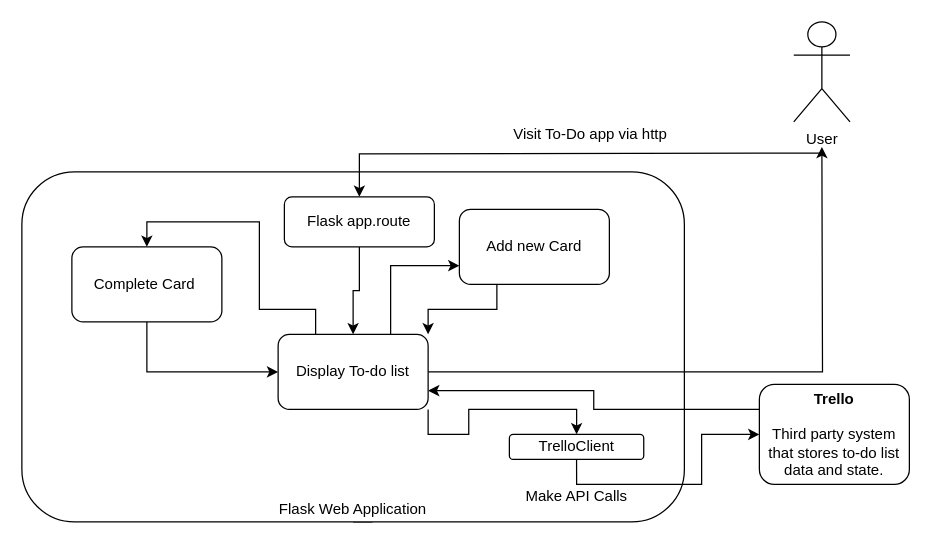
Before: documentation/ComponentDiagram.drawio in ArkSurfer/DevOps-Course-Starter, a draw.io diagram. Source tidied: cells renumbered, new cells numbered last; positions are measured from the earlier drawing's top-left corner, leaving out a move shared by most shapes. Both pictures are drawn from the tidied source at 125%, with x=0, y=0 at pixel (21, 21).
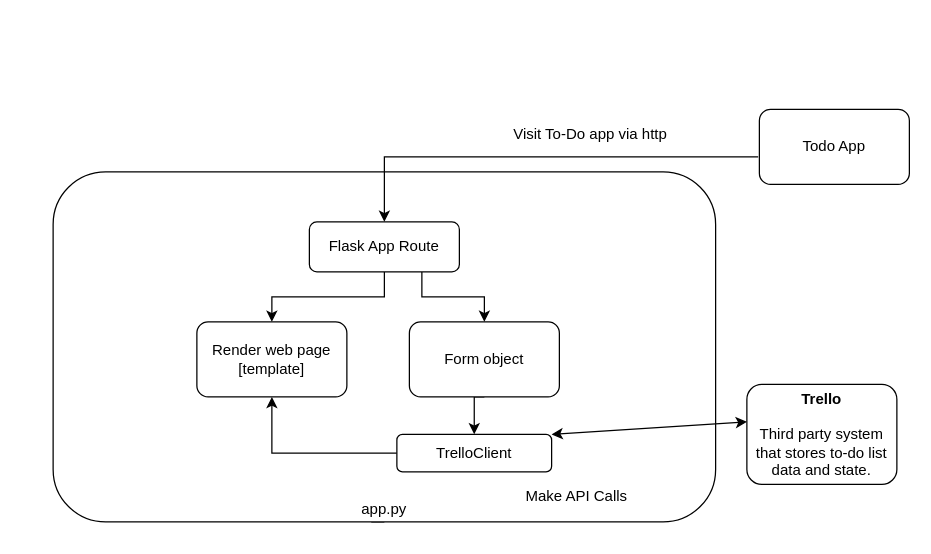
The same page after the edit.

Commit message:
updated content diagram

The edit, as a diff of the source:
```diff
@@
-    <mxCell id="3" value="&lt;br&gt;&lt;br&gt;&lt;br&gt;&lt;br&gt;&lt;br&gt;&lt;br&gt;&lt;br&gt;&lt;br&gt;&lt;br&gt;&lt;br&gt;&lt;br&gt;&lt;br&gt;&lt;br&gt;&lt;br&gt;&lt;br&gt;&lt;br&gt;&lt;br&gt;&lt;br&gt;Flask Web Application" style="rounded=1;whiteSpace=wrap;html=1;" parent="1" vertex="1">
-      <mxGeometry y="120" width="530" height="280" as="geometry" />
+    <mxCell id="3" value="&lt;br&gt;&lt;br&gt;&lt;br&gt;&lt;br&gt;&lt;br&gt;&lt;br&gt;&lt;br&gt;&lt;br&gt;&lt;br&gt;&lt;br&gt;&lt;br&gt;&lt;br&gt;&lt;br&gt;&lt;br&gt;&lt;br&gt;&lt;br&gt;&lt;br&gt;&lt;br&gt;app.py" style="rounded=1;whiteSpace=wrap;html=1;" parent="1" vertex="1">
+      <mxGeometry x="25" y="120" width="530" height="280" as="geometry" />
     </mxCell>
-    <mxCell id="4" style="edgeStyle=orthogonalEdgeStyle;rounded=0;jettySize=auto;html=1;entryX=0.5;entryY=0;entryDx=0;entryDy=0;" parent="1" edge="1" target="9">
-      <mxGeometry relative="1" as="geometry">
-        <mxPoint x="640" y="105" as="sourcePoint" />
-      </mxGeometry>
+    <mxCell id="4" style="edgeStyle=orthogonalEdgeStyle;rounded=0;jettySize=auto;html=1;entryX=0.5;entryY=0;entryDx=0;entryDy=0;exitX=-0.008;exitY=0.633;exitDx=0;exitDy=0;exitPerimeter=0;" parent="1" edge="1" source="29" target="9">
+      <mxGeometry relative="1" as="geometry" />
     </mxCell>
-    <mxCell id="5" value="User&lt;br&gt;" style="shape=umlActor;verticalLabelPosition=bottom;verticalAlign=top;html=1;" parent="1" vertex="1">
-      <mxGeometry x="617.5" width="45" height="80" as="geometry" />
-    </mxCell>
-    <mxCell id="6" style="edgeStyle=orthogonalEdgeStyle;rounded=0;jettySize=auto;html=1;exitX=0;exitY=0.25;exitDx=0;exitDy=0;entryX=1;entryY=0.75;entryDx=0;entryDy=0;" parent="1" edge="1" source="7" target="18">
-      <mxGeometry relative="1" as="geometry" />
-    </mxCell>
     <mxCell id="7" value="&lt;b&gt;Trello&lt;/b&gt;&lt;br&gt;&lt;br&gt;Third party system that stores to-do list data and state." style="rounded=1;whiteSpace=wrap;html=1;" parent="1" vertex="1">
-      <mxGeometry x="590" y="290" width="120" height="80" as="geometry" />
+      <mxGeometry x="580" y="290" width="120" height="80" as="geometry" />
     </mxCell>
@@
+    <mxCell id="24" style="edgeStyle=orthogonalEdgeStyle;rounded=0;jettySize=auto;html=1;exitX=0.75;exitY=1;exitDx=0;exitDy=0;entryX=0.5;entryY=0;entryDx=0;entryDy=0;" parent="1" edge="1" source="9" target="27">
+      <mxGeometry relative="1" as="geometry" />
+    </mxCell>
-    <mxCell id="9" value="Flask app.route" style="rounded=1;whiteSpace=wrap;html=1;" parent="1" vertex="1">
-      <mxGeometry x="210" y="140" width="120" height="40" as="geometry" />
+    <mxCell id="9" value="Flask App Route" style="rounded=1;whiteSpace=wrap;html=1;" parent="1" vertex="1">
+      <mxGeometry x="230" y="160" width="120" height="40" as="geometry" />
     </mxCell>
-    <mxCell id="10" style="edgeStyle=orthogonalEdgeStyle;rounded=0;jettySize=auto;html=1;exitX=0.5;exitY=1;exitDx=0;exitDy=0;entryX=0;entryY=0.5;entryDx=0;entryDy=0;" parent="1" edge="1" source="11" target="7">
-      <mxGeometry relative="1" as="geometry" />
-    </mxCell>
+    <mxCell id="25" style="edgeStyle=orthogonalEdgeStyle;rounded=0;jettySize=auto;html=1;exitX=0;exitY=0.5;exitDx=0;exitDy=0;entryX=0.5;entryY=1;entryDx=0;entryDy=0;" parent="1" edge="1" source="11" target="18">
+      <mxGeometry relative="1" as="geometry" />
+    </mxCell>
     <mxCell id="11" value="TrelloClient" style="rounded=1;whiteSpace=wrap;html=1;" parent="1" vertex="1">
-      <mxGeometry x="390" y="330" width="107.5" height="20" as="geometry" />
+      <mxGeometry x="300" y="330" width="123.8" height="30" as="geometry" />
     </mxCell>
@@
-    <mxCell id="14" style="edgeStyle=orthogonalEdgeStyle;rounded=0;jettySize=auto;html=1;" parent="1" edge="1" source="18">
-      <mxGeometry relative="1" as="geometry">
-        <mxPoint x="640" y="100" as="targetPoint" />
-      </mxGeometry>
-    </mxCell>
-    <mxCell id="15" style="edgeStyle=orthogonalEdgeStyle;rounded=0;jettySize=auto;html=1;exitX=1;exitY=1;exitDx=0;exitDy=0;" parent="1" edge="1" source="18" target="11">
-      <mxGeometry relative="1" as="geometry" />
-    </mxCell>
-    <mxCell id="16" style="edgeStyle=orthogonalEdgeStyle;rounded=0;jettySize=auto;html=1;exitX=0.75;exitY=0;exitDx=0;exitDy=0;entryX=0;entryY=0.75;entryDx=0;entryDy=0;" parent="1" edge="1" source="18" target="21">
-      <mxGeometry relative="1" as="geometry" />
-    </mxCell>
-    <mxCell id="17" style="edgeStyle=orthogonalEdgeStyle;rounded=0;jettySize=auto;html=1;exitX=0.25;exitY=0;exitDx=0;exitDy=0;entryX=0.5;entryY=0;entryDx=0;entryDy=0;" parent="1" edge="1" source="18" target="23">
-      <mxGeometry relative="1" as="geometry">
-        <Array as="points">
-          <mxPoint x="190" y="230" />
-          <mxPoint x="190" y="160" />
-          <mxPoint x="100" y="160" />
-        </Array>
-      </mxGeometry>
-    </mxCell>
-    <mxCell id="18" value="Display To-do list" style="rounded=1;whiteSpace=wrap;html=1;" parent="1" vertex="1">
-      <mxGeometry x="205" y="250" width="120" height="60" as="geometry" />
+    <mxCell id="18" value="Render web page [template]" style="rounded=1;whiteSpace=wrap;html=1;" parent="1" vertex="1">
+      <mxGeometry x="140" y="240" width="120" height="60" as="geometry" />
     </mxCell>
@@
-    <mxCell id="20" style="edgeStyle=orthogonalEdgeStyle;rounded=0;jettySize=auto;html=1;exitX=0.25;exitY=1;exitDx=0;exitDy=0;entryX=1;entryY=0;entryDx=0;entryDy=0;" parent="1" edge="1" source="21" target="18">
-      <mxGeometry relative="1" as="geometry" />
-    </mxCell>
-    <mxCell id="21" value="Add new Card" style="rounded=1;whiteSpace=wrap;html=1;" parent="1" vertex="1">
-      <mxGeometry x="350" y="150" width="120" height="60" as="geometry" />
-    </mxCell>
-    <mxCell id="22" style="edgeStyle=orthogonalEdgeStyle;rounded=0;jettySize=auto;html=1;exitX=0.5;exitY=1;exitDx=0;exitDy=0;entryX=0;entryY=0.5;entryDx=0;entryDy=0;" parent="1" edge="1" source="23" target="18">
-      <mxGeometry relative="1" as="geometry" />
-    </mxCell>
-    <mxCell id="23" value="Complete Card&amp;nbsp;" style="rounded=1;whiteSpace=wrap;html=1;" parent="1" vertex="1">
-      <mxGeometry x="40" y="180" width="120" height="60" as="geometry" />
-    </mxCell>
+    <mxCell id="26" style="edgeStyle=orthogonalEdgeStyle;rounded=0;jettySize=auto;html=1;exitX=0.5;exitY=1;exitDx=0;exitDy=0;entryX=0.5;entryY=0;entryDx=0;entryDy=0;" parent="1" edge="1" source="27" target="11">
+      <mxGeometry relative="1" as="geometry" />
+    </mxCell>
+    <mxCell id="27" value="Form object" style="rounded=1;whiteSpace=wrap;html=1;" parent="1" vertex="1">
+      <mxGeometry x="310" y="240" width="120" height="60" as="geometry" />
+    </mxCell>
+    <mxCell id="28" style="endArrow=classic;startArrow=classic;html=1;exitX=1;exitY=0;exitDx=0;exitDy=0;" parent="1" edge="1" source="11">
+      <mxGeometry relative="1" as="geometry">
+        <mxPoint x="580" y="320" as="targetPoint" />
+      </mxGeometry>
+    </mxCell>
+    <mxCell id="29" value="Todo App" style="rounded=1;whiteSpace=wrap;html=1;" parent="1" vertex="1">
+      <mxGeometry x="590" y="70" width="120" height="60" as="geometry" />
+    </mxCell>
```
